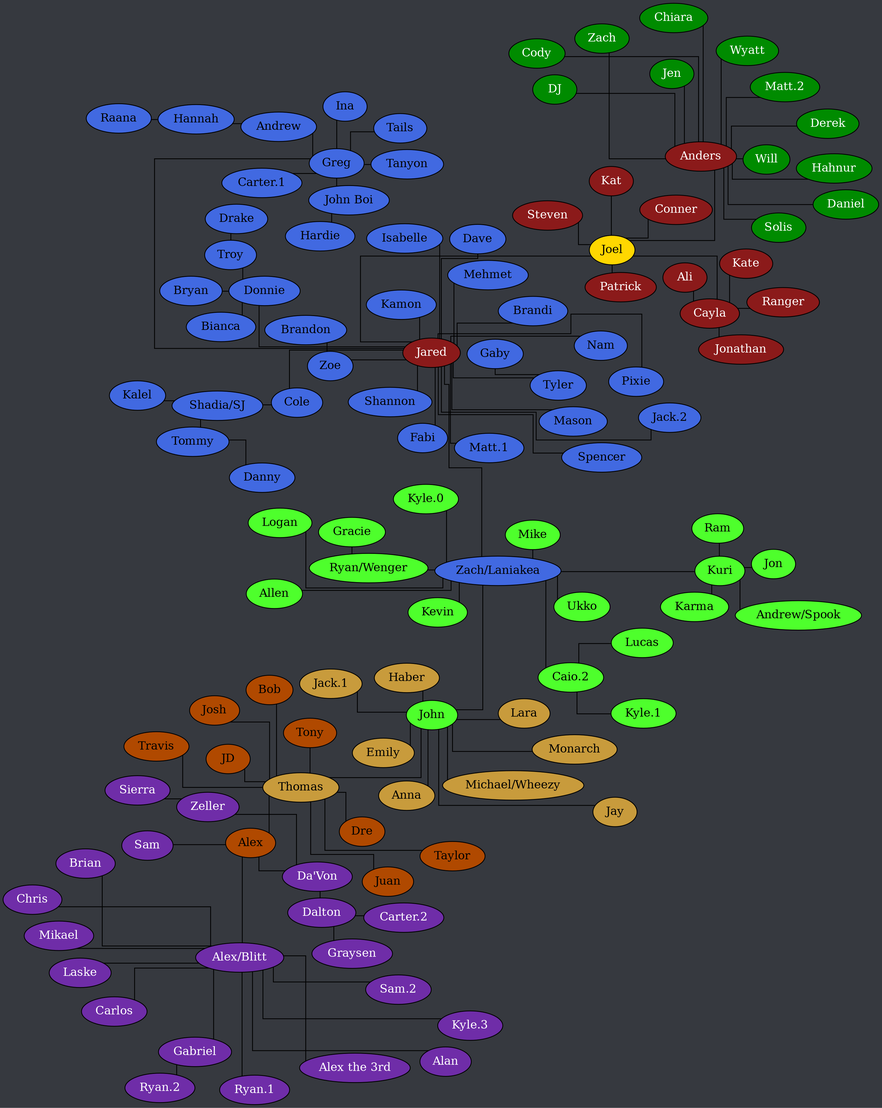
Above: tree.png in Documidas/CoronaCatzFamilyTree (Graphviz), before the change. Its source is kept beside it as tree.dot.
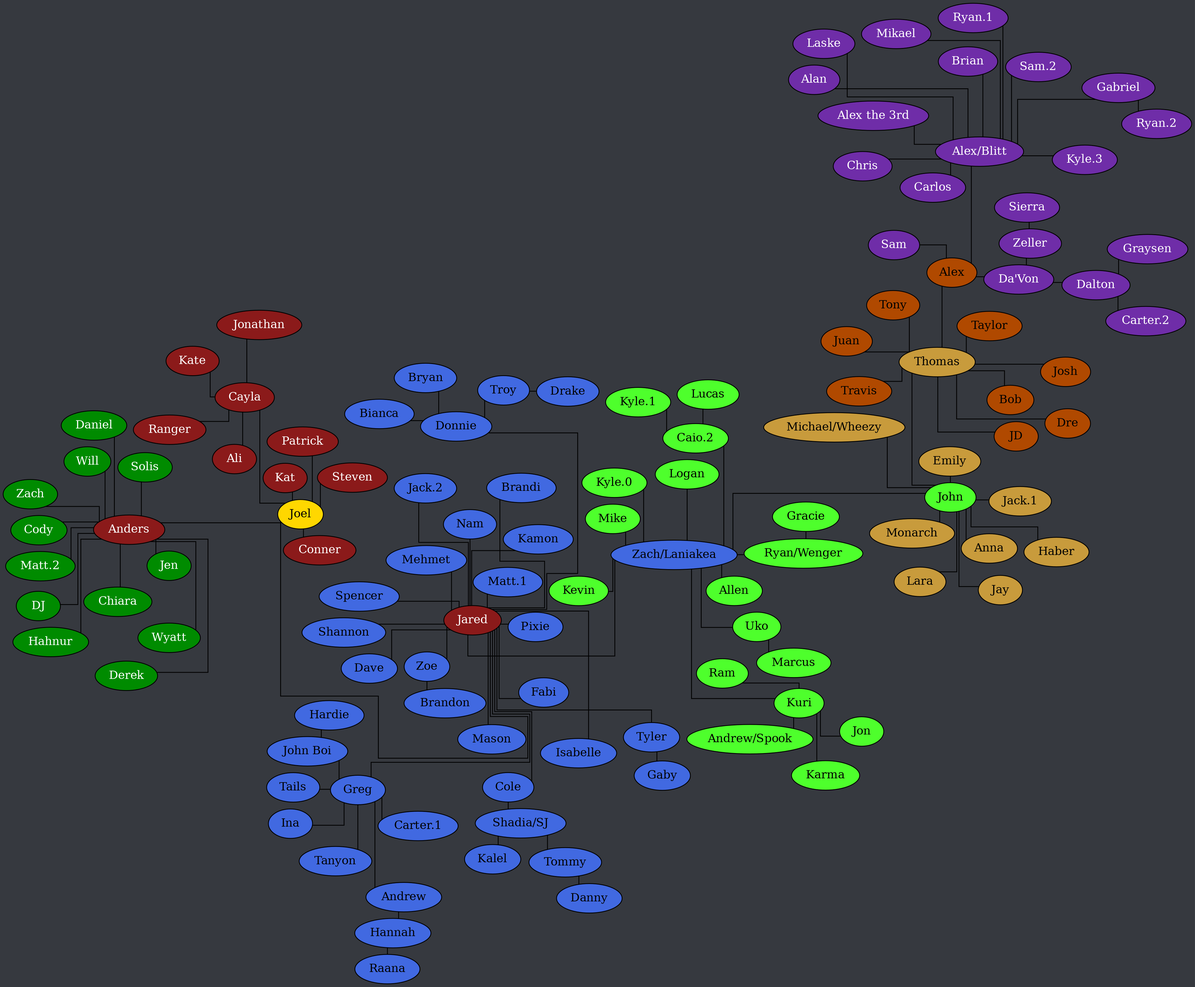
The same diagram one commit later.

Commit message:
Rename Ukko to Uko, add Marcus

What changed in the source:
```diff
@@ -97,6 +97,7 @@
 		Kuri -- Jon;
 		Kuri -- Karma;
 		Kuri -- Ram;
+		Uko -- Marcus;
 		"Ryan/Wenger" -- Gracie;
 		"Zach/Laniakea" -- Allen;
 		"Zach/Laniakea" -- "Caio.2";
@@ -107,7 +108,7 @@
 		"Zach/Laniakea" -- "Kyle.0";
 		"Zach/Laniakea" -- Mike;
 		"Zach/Laniakea" -- "Ryan/Wenger";
-		"Zach/Laniakea" -- "Ukko";
+		"Zach/Laniakea" -- Uko;
 	}
 
 	subgraph "John" {
```
